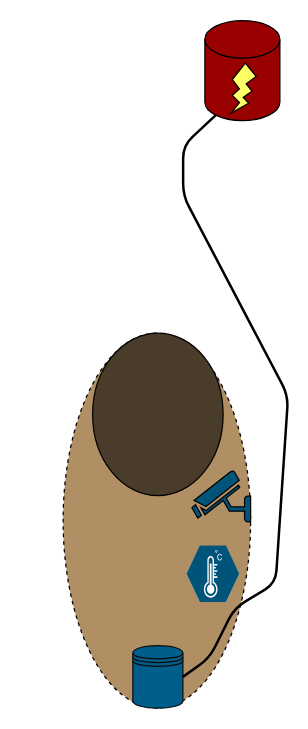
Earlier version of the draw.io diagram Utils/Drawio/Animación Hito 1 Nido/Nido5.drawio (tlondero/Dise-o). Source tidied: cells renumbered, new cells numbered last; positions are measured from the earlier drawing's top-left corner, leaving out a move shared by most shapes. Both pictures are drawn from the tidied source at 125%, with x=0, y=0 at pixel (62, 20). Pictures stored in the file or linked from it are replaced by grey dashed boxes.
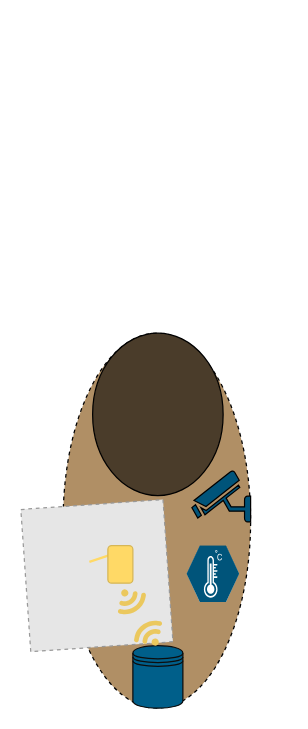
Above is the later version.

The edit, as a diff of the source:
```diff
@@
 <mxGraphModel>
   <root>
     <mxCell id="0" />
     <mxCell id="1" parent="0" />
-    <mxCell id="2" style="shape=cylinder3;whiteSpace=wrap;html=1;boundedLbl=1;backgroundOutline=1;size=15;fillColor=#990000;" parent="1" vertex="1">
-      <mxGeometry x="113.4" width="60" height="80" as="geometry" />
-    </mxCell>
     <mxCell id="3" style="ellipse;whiteSpace=wrap;html=1;direction=south;rotation=0;dashed=1;fillColor=#B08F65;perimeterSpacing=2;" parent="1" vertex="1">
       <mxGeometry y="250" width="150" height="300" as="geometry" />
     </mxCell>
-    <mxCell id="4" style="verticalLabelPosition=bottom;verticalAlign=top;html=1;shape=mxgraph.basic.flash;fillColor=#FFFF66;" parent="1" vertex="1">
-      <mxGeometry x="134.4" y="34" width="20" height="40" as="geometry" />
-    </mxCell>
     <mxCell id="5" style="shape=datastore;whiteSpace=wrap;html=1;strokeColor=#0D0D0D;fillColor=#005F8A;" parent="1" vertex="1">
       <mxGeometry x="55.8" y="500" width="40" height="50" as="geometry" />
     </mxCell>
     <mxCell id="6" style="ellipse;whiteSpace=wrap;html=1;fillColor=#4A3C2A;" parent="1" vertex="1">
       <mxGeometry x="23.6" y="250" width="104.4" height="130" as="geometry" />
     </mxCell>
-    <mxCell id="7" style="endArrow=none;html=1;fillColor=#005073;exitX=1;exitY=0.5;exitDx=0;exitDy=0;entryX=0.145;entryY=1;entryDx=0;entryDy=-4.35;entryPerimeter=0;strokeWidth=2;" parent="1" edge="1" source="5" target="2">
-      <mxGeometry relative="1" as="geometry">
-        <Array as="points">
-          <mxPoint x="117" y="510" />
-          <mxPoint x="137" y="470" />
-          <mxPoint x="170" y="450" />
-          <mxPoint x="180" y="300" />
-          <mxPoint x="96" y="140" />
-          <mxPoint x="96" y="100" />
-        </Array>
-      </mxGeometry>
-    </mxCell>
     <mxCell id="8" style="verticalLabelPosition=bottom;html=1;strokeColor=#ffffff;verticalAlign=top;align=center;shape=mxgraph.cisco_safe.compositeIcon;bgIcon=mxgraph.cisco_safe.design.blank_device;resIcon=mxgraph.cisco_safe.design.sensor;gradientColor=#ffffff;fillColor=#00547A;" parent="1" vertex="1">
       <mxGeometry x="98.8" y="420" width="42" height="45" as="geometry" />
     </mxCell>
     <mxCell id="9" style="fontColor=#0066CC;verticalAlign=top;verticalLabelPosition=bottom;labelPosition=center;align=center;html=1;gradientColor=none;gradientDirection=north;strokeWidth=2;shape=mxgraph.networks.security_camera;fillColor=#00547A;flipH=1;" parent="1" vertex="1">
       <mxGeometry x="103" y="360" width="47" height="41" as="geometry" />
     </mxCell>
+    <mxCell id="10" style="fillColor=#E6E6E6;strokeColor=#999999;dashed=1;verticalLabelPosition=bottom;labelBackgroundColor=#ffffff;verticalAlign=top;rotation=356;" parent="1" vertex="1">
+      <mxGeometry x="-30" y="387" width="114" height="114" as="geometry" />
+    </mxCell>
+    <mxCell id="11" style="verticalLabelPosition=bottom;html=1;verticalAlign=top;align=center;shape=mxgraph.cisco19.3g_4g_indicator;strokeColor=none;rotation=100;fillColor=#EBC85E;" parent="1" vertex="1">
+      <mxGeometry x="45" y="456" width="20" height="20" as="geometry" />
+    </mxCell>
+    <mxCell id="12" style="endArrow=none;html=1;fillColor=#005073;strokeColor=#FFD966;strokeWidth=2;" parent="1" edge="1">
+      <mxGeometry relative="1" as="geometry">
+        <mxPoint x="51" y="423" as="sourcePoint" />
+        <mxPoint x="21" y="433" as="targetPoint" />
+      </mxGeometry>
+    </mxCell>
+    <mxCell id="13" style="rounded=1;whiteSpace=wrap;html=1;strokeColor=#d6b656;fillColor=#FFD966;" parent="1" vertex="1">
+      <mxGeometry x="35.8" y="420" width="20" height="30" as="geometry" />
+    </mxCell>
+    <mxCell id="14" style="verticalLabelPosition=bottom;html=1;verticalAlign=top;align=center;shape=mxgraph.cisco19.3g_4g_indicator;strokeColor=none;rotation=-80;fillColor=#EBC85E;" parent="1" vertex="1">
+      <mxGeometry x="58" y="479" width="20" height="20" as="geometry" />
+    </mxCell>
   </root>
 </mxGraphModel>
```
